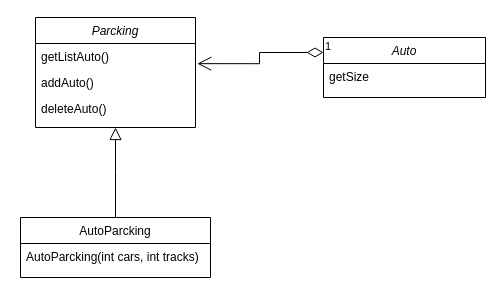
This is src/main/java/ru/job4j/odd/lsp/Диаграмма без названия.drawio from Vint-Razor/job4j_design, a draw.io file, before an edit. Source tidied: cells renumbered, new cells numbered last; positions are measured from the earlier drawing's top-left corner, leaving out a move shared by most shapes. Both pictures are drawn from the tidied source at 100%, with x=0, y=0 at pixel (20, 17).
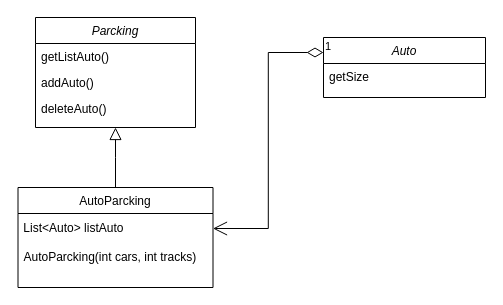
The same diagram, later.

The edit, as a diff of the source:
```diff
@@
 <mxGraphModel>
   <root>
     <mxCell id="0" />
     <mxCell id="1" parent="0" />
     <mxCell id="2" value="Parcking" style="swimlane;fontStyle=2;align=center;verticalAlign=top;horizontal=1;startSize=26;rounded=0;shadow=0;strokeWidth=1;" parent="1" vertex="1">
       <mxGeometry x="15" width="160" height="110" as="geometry" />
     </mxCell>
     <mxCell id="3" value="getListAuto()" style="text;align=left;verticalAlign=top;spacingLeft=4;spacingRight=4;overflow=hidden;points=[[0,0.5],[1,0.5]];portConstraint=eastwest;" parent="2" vertex="1">
       <mxGeometry y="26" width="160" height="26" as="geometry" />
     </mxCell>
     <mxCell id="4" value="addAuto()" style="text;align=left;verticalAlign=top;spacingLeft=4;spacingRight=4;overflow=hidden;rounded=0;shadow=0;html=0;" parent="2" vertex="1">
       <mxGeometry y="52" width="160" height="26" as="geometry" />
     </mxCell>
     <mxCell id="5" value="deleteAuto()" style="text;align=left;verticalAlign=top;spacingLeft=4;spacingRight=4;overflow=hidden;rounded=0;shadow=0;html=0;" parent="2" vertex="1">
       <mxGeometry y="78" width="160" height="26" as="geometry" />
     </mxCell>
     <mxCell id="6" value="AutoParcking" style="swimlane;fontStyle=0;align=center;verticalAlign=top;horizontal=1;startSize=26;rounded=0;shadow=0;strokeWidth=1;" parent="1" vertex="1">
-      <mxGeometry y="200" width="190" height="60" as="geometry" />
+      <mxGeometry x="-2.5" y="170" width="195" height="100" as="geometry" />
     </mxCell>
+    <mxCell id="12" value="&amp;nbsp;List&amp;lt;Auto&amp;gt; listAuto" style="text;html=1;strokeColor=none;fillColor=none;align=left;verticalAlign=middle;whiteSpace=wrap;rounded=0;" parent="6" vertex="1">
+      <mxGeometry y="26" width="195" height="30" as="geometry" />
+    </mxCell>
     <mxCell id="7" value="AutoParcking(int cars, int tracks)" style="text;align=left;verticalAlign=top;spacingLeft=4;spacingRight=4;overflow=hidden;" parent="6" vertex="1">
-      <mxGeometry y="26" width="190" height="26" as="geometry" />
+      <mxGeometry y="56" width="195" height="26" as="geometry" />
     </mxCell>
     <mxCell id="8" style="endArrow=block;endSize=10;endFill=0;shadow=0;strokeWidth=1;rounded=0;edgeStyle=elbowEdgeStyle;elbow=vertical;" parent="1" edge="1" source="6" target="2">
       <mxGeometry relative="1" as="geometry" />
     </mxCell>
     <mxCell id="9" value="Auto" style="swimlane;fontStyle=2;align=center;verticalAlign=top;horizontal=1;startSize=26;rounded=0;shadow=0;strokeWidth=1;" parent="1" vertex="1">
       <mxGeometry x="303" y="20" width="162" height="60" as="geometry" />
     </mxCell>
     <mxCell id="10" value="getSize" style="text;align=left;verticalAlign=top;spacingLeft=4;spacingRight=4;overflow=hidden;" parent="9" vertex="1">
       <mxGeometry y="26" width="162" height="26" as="geometry" />
     </mxCell>
-    <mxCell id="11" value="1" style="endArrow=open;html=1;endSize=12;startArrow=diamondThin;startSize=14;startFill=0;edgeStyle=orthogonalEdgeStyle;align=left;verticalAlign=bottom;rounded=0;entryX=1.011;entryY=0.775;entryDx=0;entryDy=0;entryPerimeter=0;exitX=0;exitY=0.25;exitDx=0;exitDy=0;" parent="1" edge="1" source="9" target="3">
+    <mxCell id="11" value="1" style="endArrow=open;html=1;endSize=12;startArrow=diamondThin;startSize=14;startFill=0;edgeStyle=orthogonalEdgeStyle;align=left;verticalAlign=bottom;rounded=0;entryX=1;entryY=0.5;entryDx=0;entryDy=0;exitX=0;exitY=0.25;exitDx=0;exitDy=0;" parent="1" edge="1" source="9" target="12">
       <mxGeometry x="-1" y="3" relative="1" as="geometry" />
     </mxCell>
   </root>
 </mxGraphModel>
```
